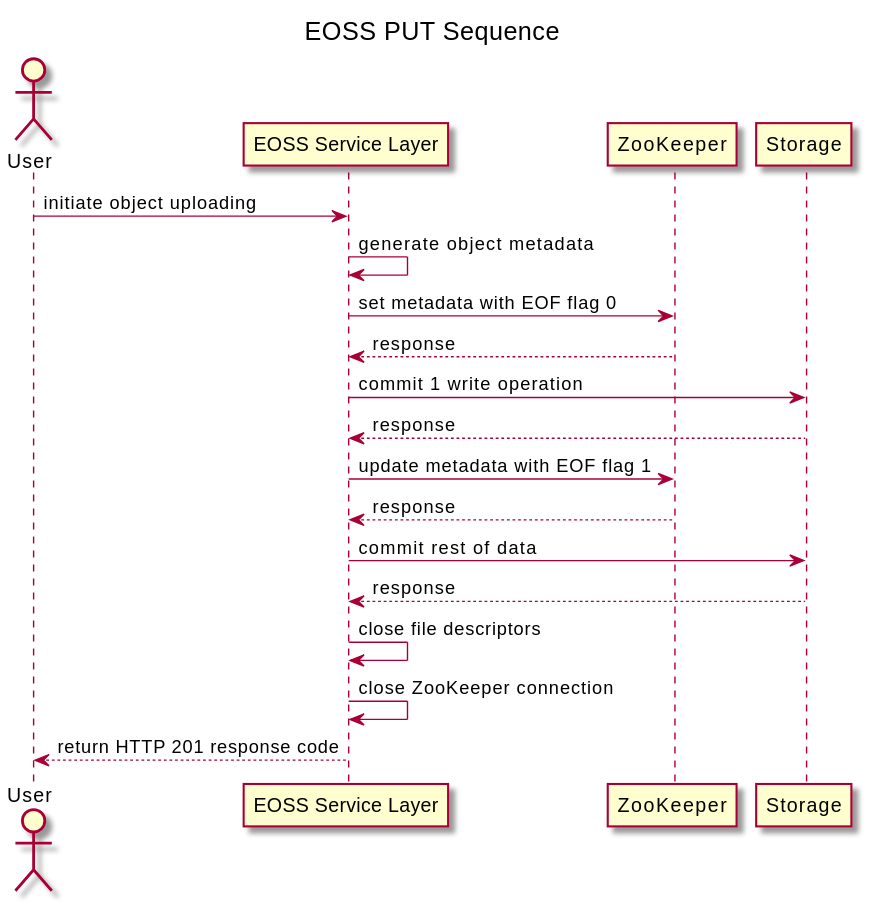
The PlantUML diagram docs/EOSS_PUT.svg in meow-watermelon/EOSS, before a commit. Source of this version:
```plantuml
@startuml
title EOSS PUT Sequence

actor User
User -> "EOSS Service Layer": initiate object uploading
"EOSS Service Layer" -> "EOSS Service Layer": generate object metadata
"EOSS Service Layer" -> "ZooKeeper": set metadata with EOF flag 0
"ZooKeeper" --> "EOSS Service Layer": response
"EOSS Service Layer" -> "Storage": commit 1 write operation
"Storage" --> "EOSS Service Layer": response
"EOSS Service Layer" -> "ZooKeeper": update metadata with EOF flag 1
"ZooKeeper" --> "EOSS Service Layer": response
"EOSS Service Layer" -> "Storage": commit rest of data
"Storage" --> "EOSS Service Layer": response
"EOSS Service Layer" -> "EOSS Service Layer": close file descriptors
"EOSS Service Layer" -> "EOSS Service Layer": close ZooKeeper connection
"EOSS Service Layer" --> User: return HTTP 201 response code
@enduml
```
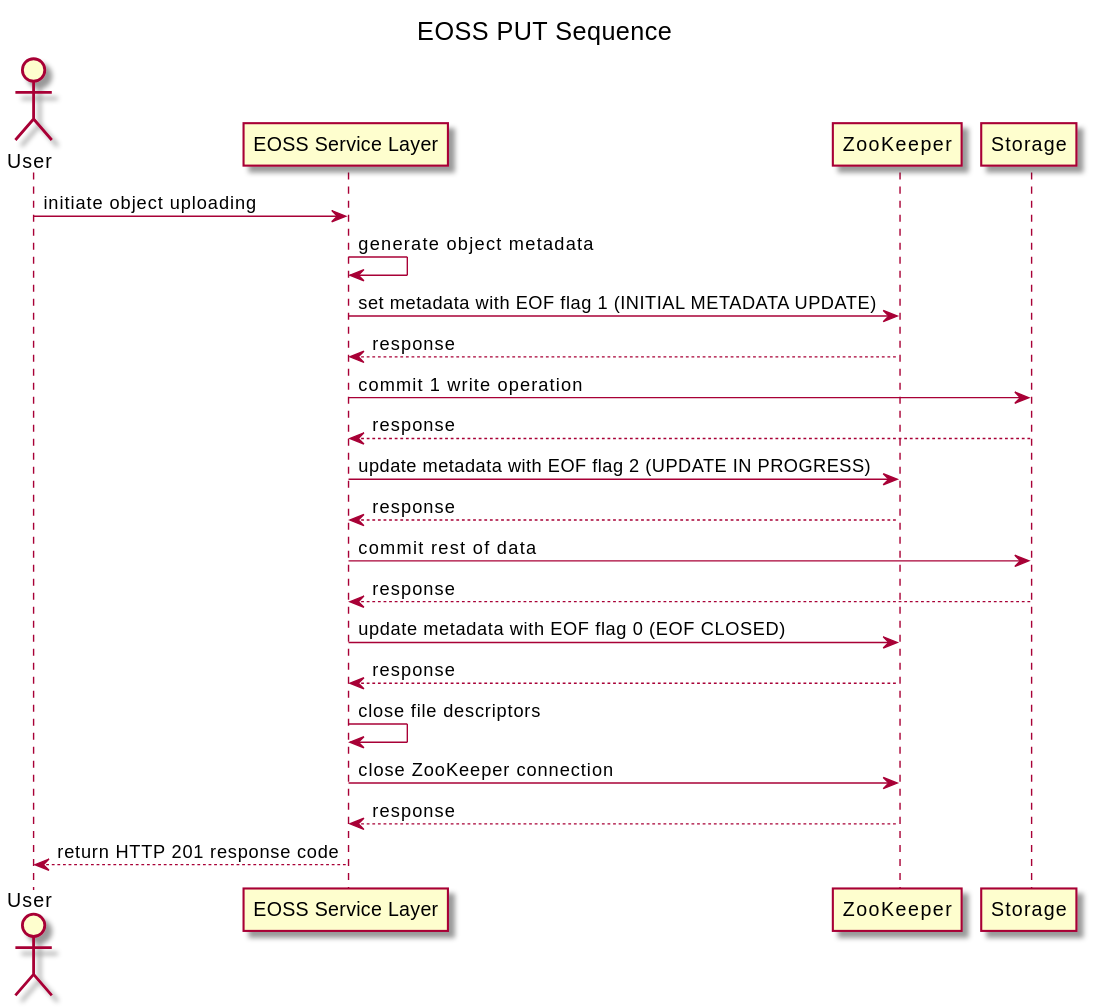
The same diagram one commit later.

Commit message:
update EOSS PUT UML

Diff of the diagram source:
```diff
@@ -4,15 +4,18 @@
 actor User
 User -> "EOSS Service Layer": initiate object uploading
 "EOSS Service Layer" -> "EOSS Service Layer": generate object metadata
-"EOSS Service Layer" -> "ZooKeeper": set metadata with EOF flag 0
+"EOSS Service Layer" -> "ZooKeeper": set metadata with EOF flag 1 (INITIAL METADATA UPDATE)
 "ZooKeeper" --> "EOSS Service Layer": response
 "EOSS Service Layer" -> "Storage": commit 1 write operation
 "Storage" --> "EOSS Service Layer": response
-"EOSS Service Layer" -> "ZooKeeper": update metadata with EOF flag 1
+"EOSS Service Layer" -> "ZooKeeper": update metadata with EOF flag 2 (UPDATE IN PROGRESS)
 "ZooKeeper" --> "EOSS Service Layer": response
 "EOSS Service Layer" -> "Storage": commit rest of data
 "Storage" --> "EOSS Service Layer": response
+"EOSS Service Layer" -> "ZooKeeper": update metadata with EOF flag 0 (EOF CLOSED)
+"ZooKeeper" --> "EOSS Service Layer": response
 "EOSS Service Layer" -> "EOSS Service Layer": close file descriptors
-"EOSS Service Layer" -> "EOSS Service Layer": close ZooKeeper connection
+"EOSS Service Layer" -> "ZooKeeper": close ZooKeeper connection
+"ZooKeeper" --> "EOSS Service Layer": response
 "EOSS Service Layer" --> User: return HTTP 201 response code
 @enduml
```
